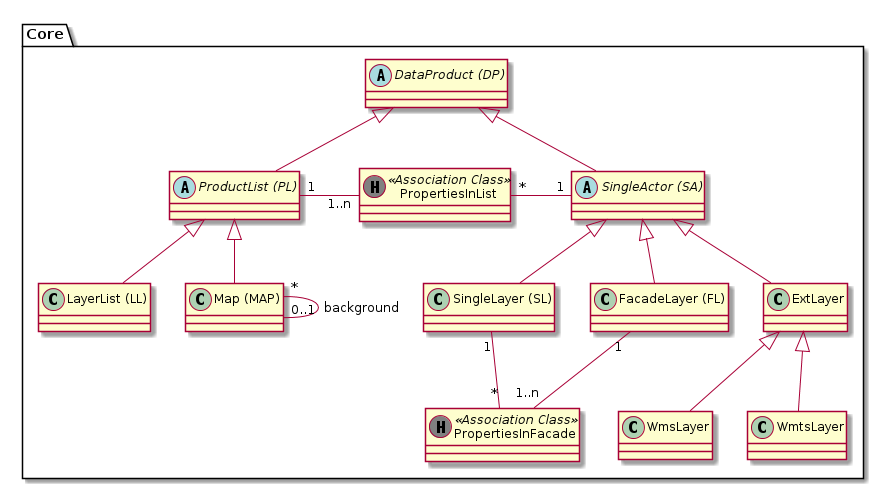
The PlantUML diagram simi/doc/puml/rendered/simi_product.png in sogis/simi, before a commit.
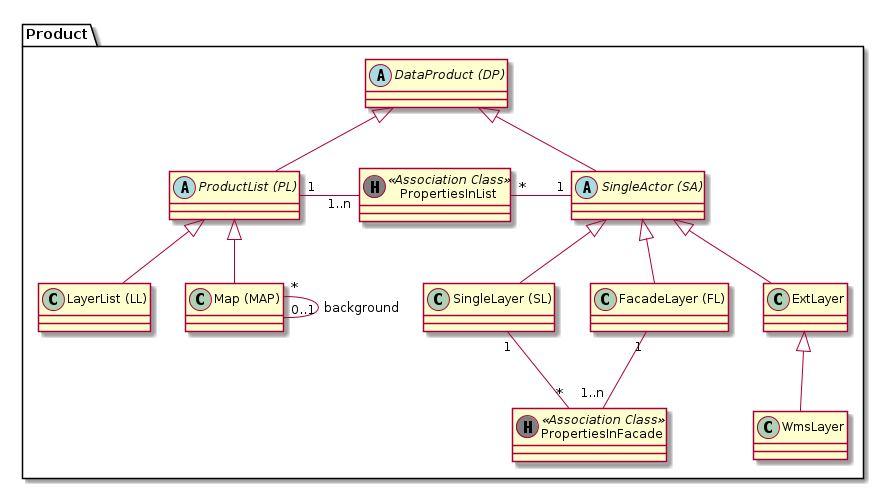
After the commit.

Commit message:
Skript: PUML-Diagramme der Simi-Dokumentation regeneriert und beigefügt

What changed in the source:
```diff
@@ -1,5 +1,5 @@
 @startuml
-package Core {
+package Product {
   abstract class "DataProduct (DP)" as dp
 
   abstract class "ProductList (PL)" as pl
@@ -11,7 +11,6 @@
   class "SingleLayer (SL)" as sl
   class "ExtLayer" as el
   class "WmsLayer" as wl
-  class "WmtsLayer" as tl
 
   class "PropertiesInFacade" as pif << (H, grey) Association Class >>
   class "PropertiesInList" as pil << (H, grey) Association Class >>
@@ -28,7 +27,6 @@
   sa <|-- el
 
   el <|-- wl
-  el <|-- tl
 
   pl "1" -right- "1..n" pil : "      "
   pil "*" -right- "1" sa : "      "
```
